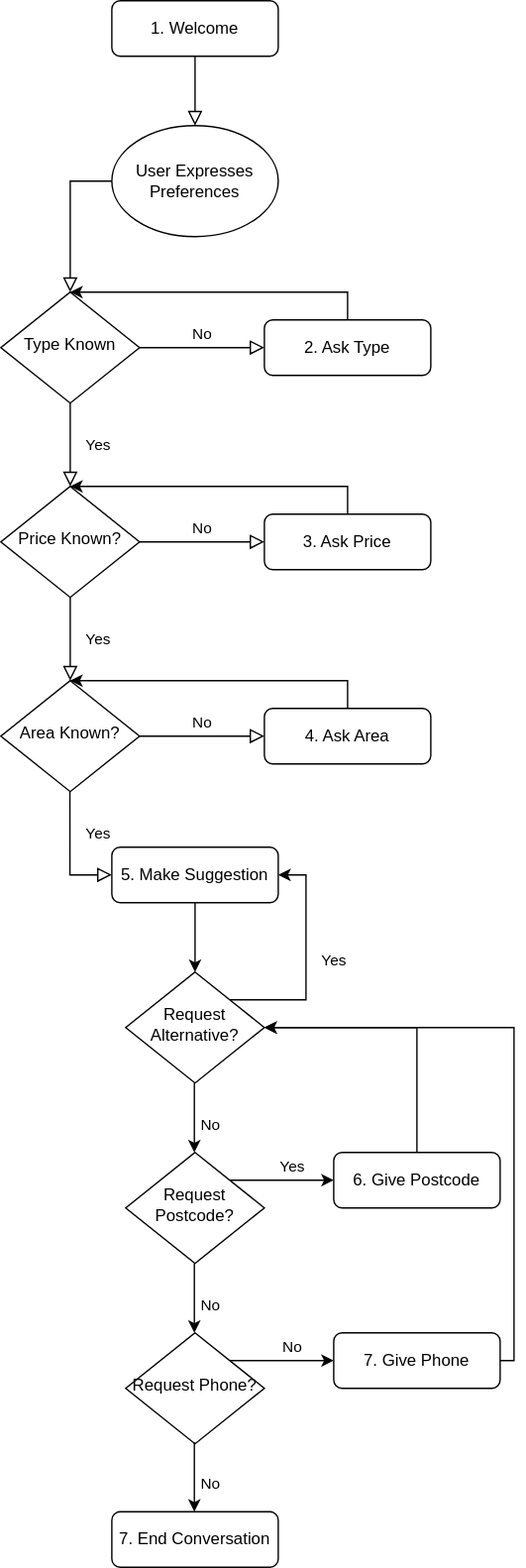
Earlier version of the draw.io export State Transitions.drawio.svg (DMAgit/INFOMAIR-Group30-2021). Source tidied: cells renumbered, new cells last; positions are measured from the earlier drawing's top-left corner, leaving out a move shared by most shapes.
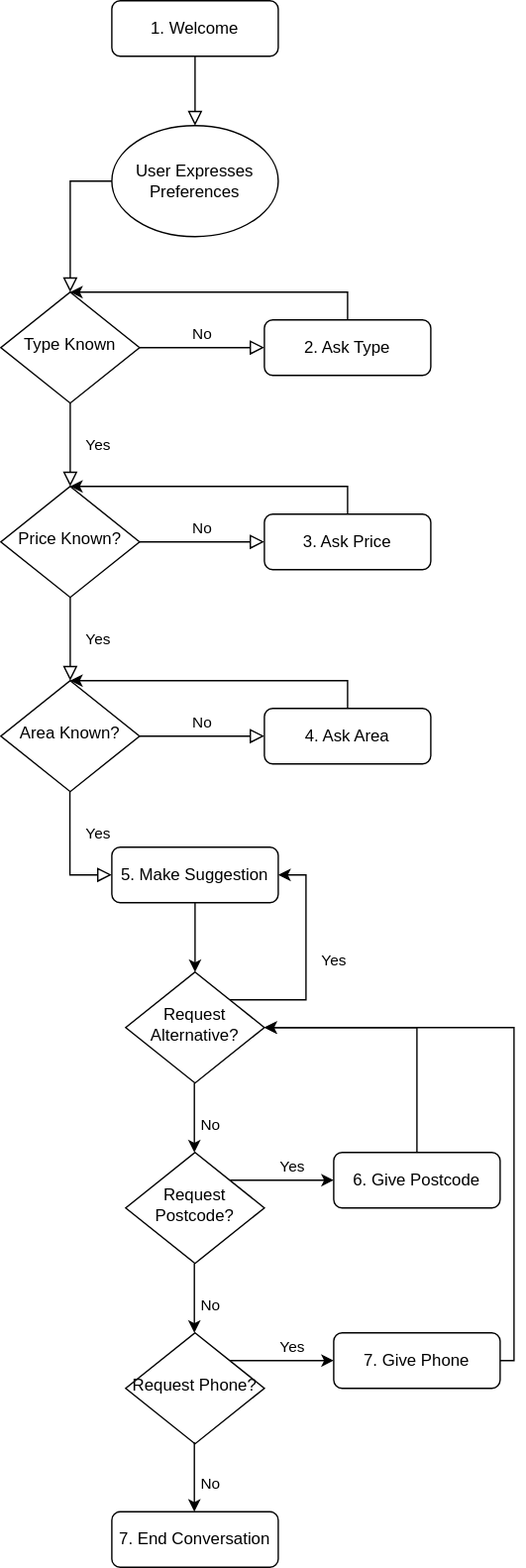
After the commit.

Change to the diagram source:
```diff
@@ -140,7 +140,7 @@
     <mxCell id="31" value="7. End Conversation" style="rounded=1;whiteSpace=wrap;html=1;fontSize=12;glass=0;strokeWidth=1;shadow=0;" parent="1" vertex="1">
       <mxGeometry x="80" y="1089" width="120" height="40" as="geometry" />
     </mxCell>
-    <mxCell id="32" value="No" style="edgeStyle=orthogonalEdgeStyle;rounded=0;jettySize=auto;html=1;exitX=1;exitY=0;exitDx=0;exitDy=0;entryX=0;entryY=0.5;entryDx=0;entryDy=0;" parent="1" edge="1" source="33" target="35">
+    <mxCell id="32" value="Yes" style="edgeStyle=orthogonalEdgeStyle;rounded=0;jettySize=auto;html=1;exitX=1;exitY=0;exitDx=0;exitDy=0;entryX=0;entryY=0.5;entryDx=0;entryDy=0;" parent="1" edge="1" source="33" target="35">
       <mxGeometry x="0.2" y="10" relative="1" as="geometry" />
     </mxCell>
     <mxCell id="33" value="Request Phone?" style="rhombus;whiteSpace=wrap;html=1;shadow=0;fontFamily=Helvetica;fontSize=12;align=center;strokeWidth=1;spacing=6;spacingTop=-4;" parent="1" vertex="1">
```
